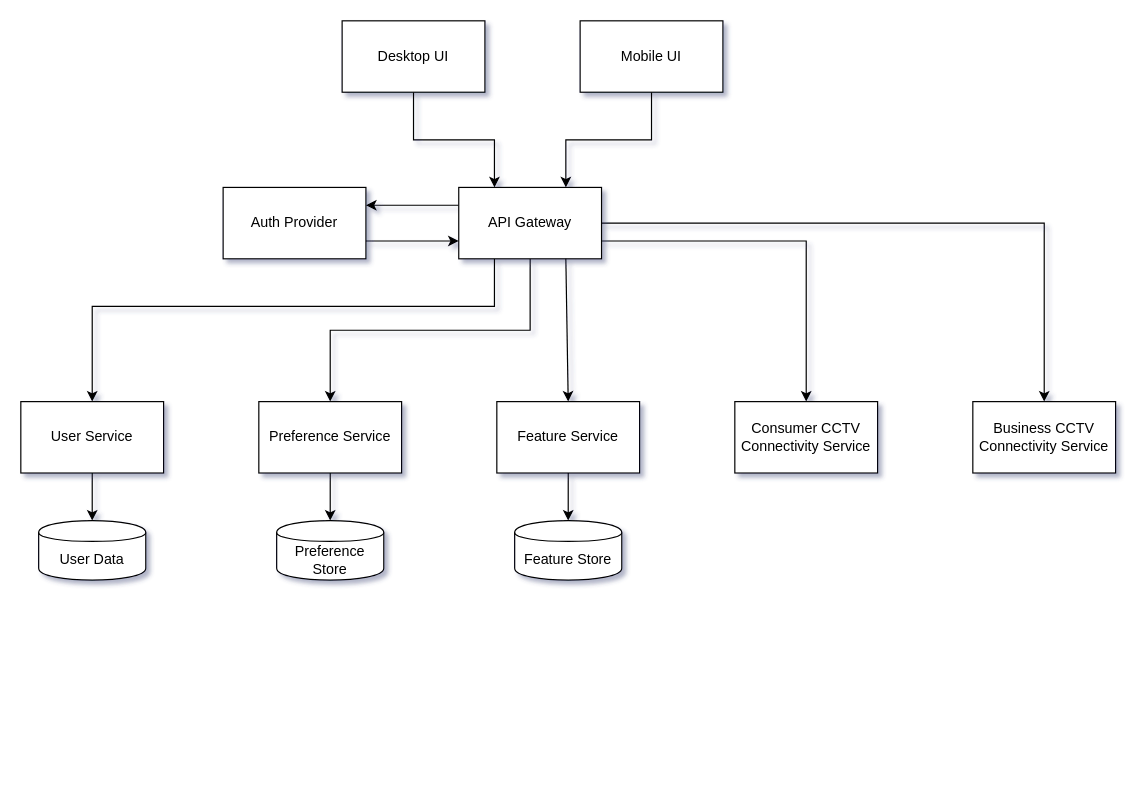
Earlier version of the draw.io diagram page "Architecture" (1 of 2) of Untitled Diagram.drawio (stooth/powerx). Source tidied: cells renumbered, new cells numbered last; positions are measured from the earlier drawing's top-left corner, leaving out a move shared by most shapes. Both pictures are drawn from the tidied source at 119%, with x=0, y=0 at pixel (20, 20).
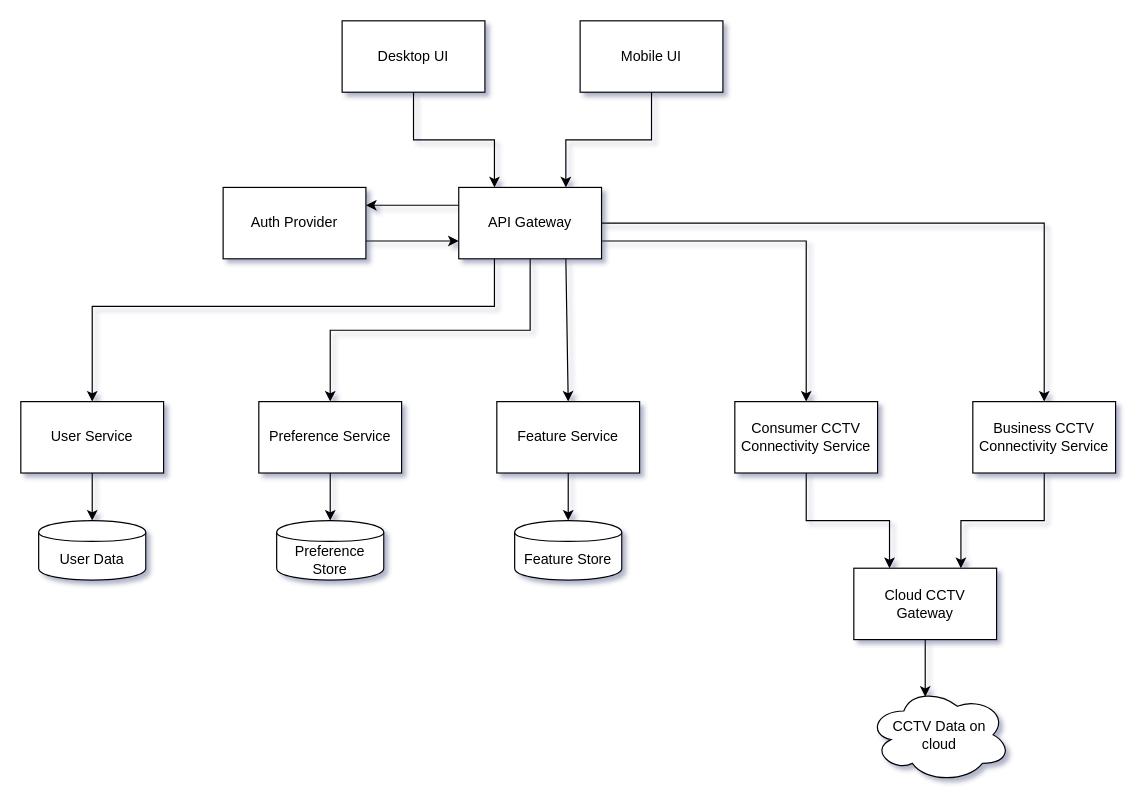
Above is the later version.

The change refers to these unchanged cells:
```xml
<mxCell id="22" value="Consumer CCTV Connectivity Service" style="whiteSpace=wrap;html=1;rounded=0;" parent="1" vertex="1">
  <mxGeometry x="600" y="320" width="120" height="60" as="geometry" />
</mxCell>
<mxCell id="24" value="Business CCTV Connectivity Service" style="whiteSpace=wrap;html=1;rounded=0;" parent="1" vertex="1">
  <mxGeometry x="800" y="320" width="120" height="60" as="geometry" />
</mxCell>
```

What changed in the source:
```diff
@@
+    <mxCell id="26" style="edgeStyle=orthogonalEdgeStyle;rounded=0;jettySize=auto;html=1;entryX=0.25;entryY=0;entryDx=0;entryDy=0;" parent="1" edge="1" source="22" target="29">
+      <mxGeometry relative="1" as="geometry" />
+    </mxCell>
@@
+    <mxCell id="27" style="edgeStyle=orthogonalEdgeStyle;rounded=0;jettySize=auto;html=1;entryX=0.75;entryY=0;entryDx=0;entryDy=0;" parent="1" edge="1" source="24" target="29">
+      <mxGeometry relative="1" as="geometry" />
+    </mxCell>
@@
+    <mxCell id="28" style="edgeStyle=orthogonalEdgeStyle;rounded=0;jettySize=auto;html=1;entryX=0.4;entryY=0.1;entryDx=0;entryDy=0;entryPerimeter=0;" parent="1" edge="1" source="29" target="30">
+      <mxGeometry relative="1" as="geometry" />
+    </mxCell>
+    <mxCell id="29" value="Cloud CCTV Gateway" style="whiteSpace=wrap;html=1;rounded=0;" parent="1" vertex="1">
+      <mxGeometry x="700" y="460" width="120" height="60" as="geometry" />
+    </mxCell>
+    <mxCell id="30" value="CCTV Data on&lt;br&gt;cloud" style="ellipse;shape=cloud;whiteSpace=wrap;html=1;" parent="1" vertex="1">
+      <mxGeometry x="712" y="560" width="120" height="80" as="geometry" />
+    </mxCell>
```
